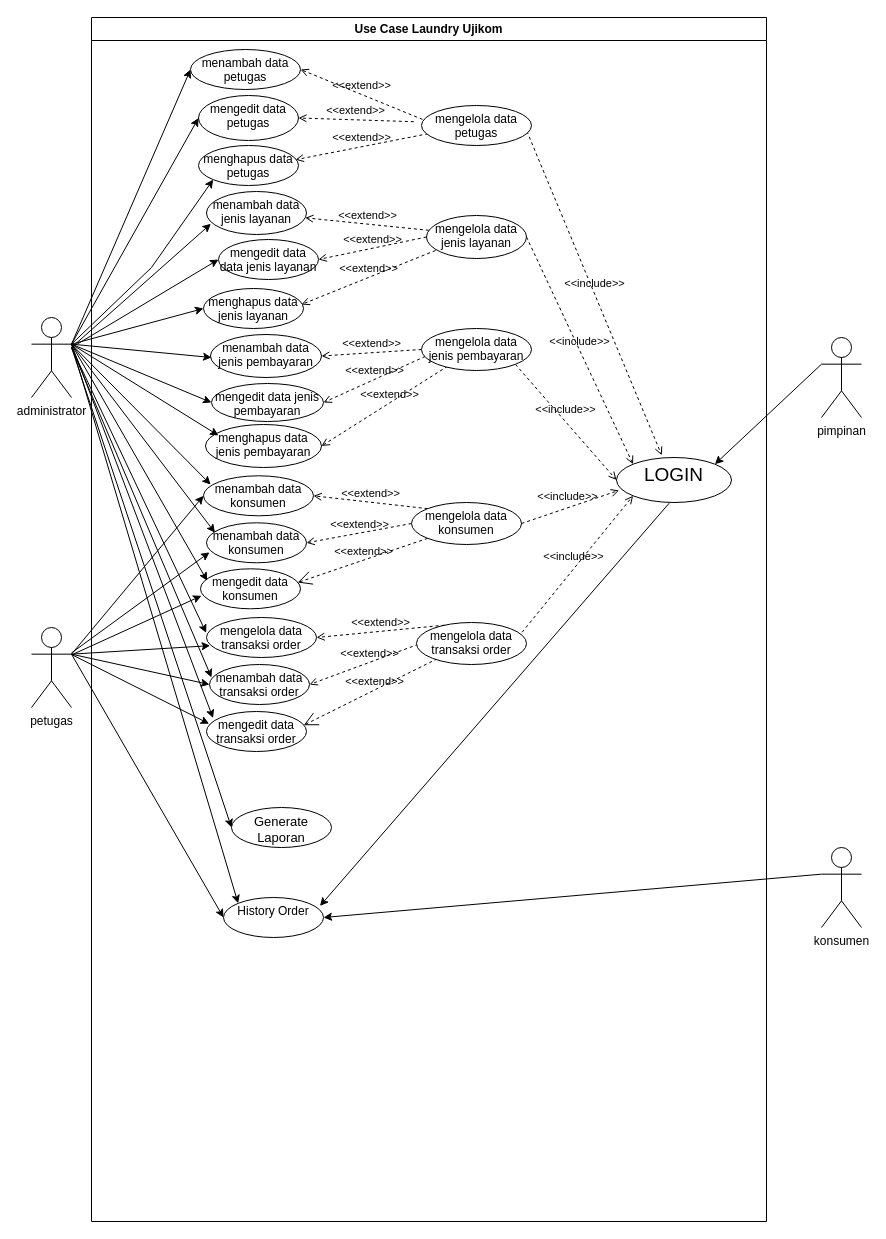
This is page "Page-5" (5 of 6) of Desain Ujikom.drawio from alditasptnsr/ujikom_aldita, a draw.io file, before an edit. Source tidied: cells renumbered, new cells numbered last; positions are measured from the earlier drawing's top-left corner, leaving out a move shared by most shapes. Both pictures are drawn from the tidied source at 100%, with x=0, y=0 at pixel (31, 17).
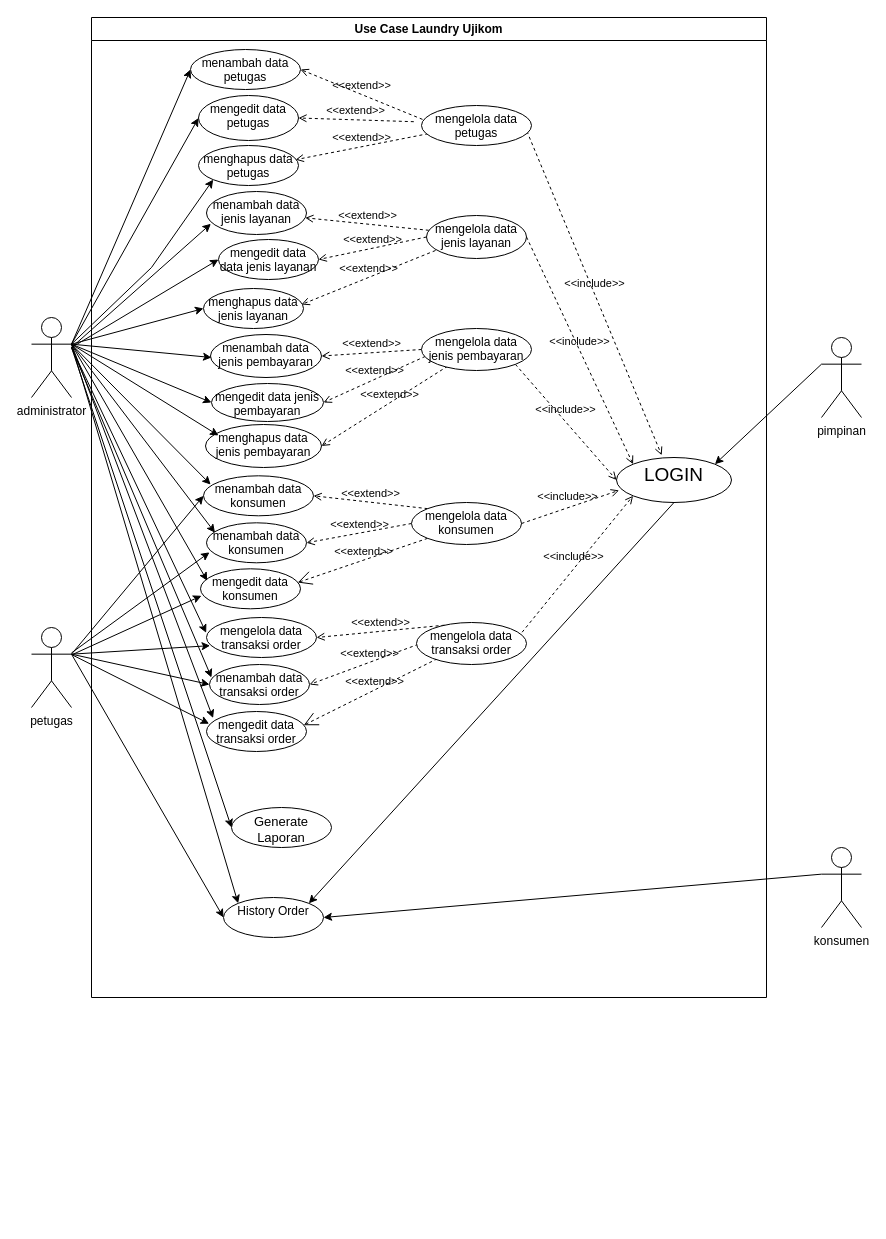
The same page after the edit.

The change refers to these unchanged cells:
```xml
<mxCell id="11" value="&lt;font style=&quot;font-size: 19px;&quot;&gt;LOGIN&lt;/font&gt;" style="ellipse;whiteSpace=wrap;html=1;verticalAlign=top;" parent="2" vertex="1">
  <mxGeometry x="525" y="440" width="115" height="45" as="geometry" />
</mxCell>
<mxCell id="38" value="History Order" style="ellipse;whiteSpace=wrap;html=1;verticalAlign=top;" parent="2" vertex="1">
  <mxGeometry x="132" y="880" width="100" height="40" as="geometry" />
</mxCell>
```

Diff of the diagram source:
```diff
@@
     <mxCell id="2" value="Use Case Laundry Ujikom" style="swimlane;whiteSpace=wrap;html=1;" parent="1" vertex="1">
-      <mxGeometry x="60" width="675" height="1204" as="geometry" />
+      <mxGeometry x="60" width="675" height="980" as="geometry" />
     </mxCell>
@@
-    <mxCell id="10" style="rounded=0;jettySize=auto;html=1;entryX=0.965;entryY=0.211;entryDx=0;entryDy=0;entryPerimeter=0;" parent="2" edge="1" target="38">
-      <mxGeometry relative="1" as="geometry">
-        <mxPoint x="577.7" y="485.7" as="sourcePoint" />
-      </mxGeometry>
+    <mxCell id="10" style="rounded=0;jettySize=auto;html=1;entryX=1;entryY=0;entryDx=0;entryDy=0;exitX=0.5;exitY=1;exitDx=0;exitDy=0;" parent="2" edge="1" source="11" target="38">
+      <mxGeometry relative="1" as="geometry" />
     </mxCell>
```
